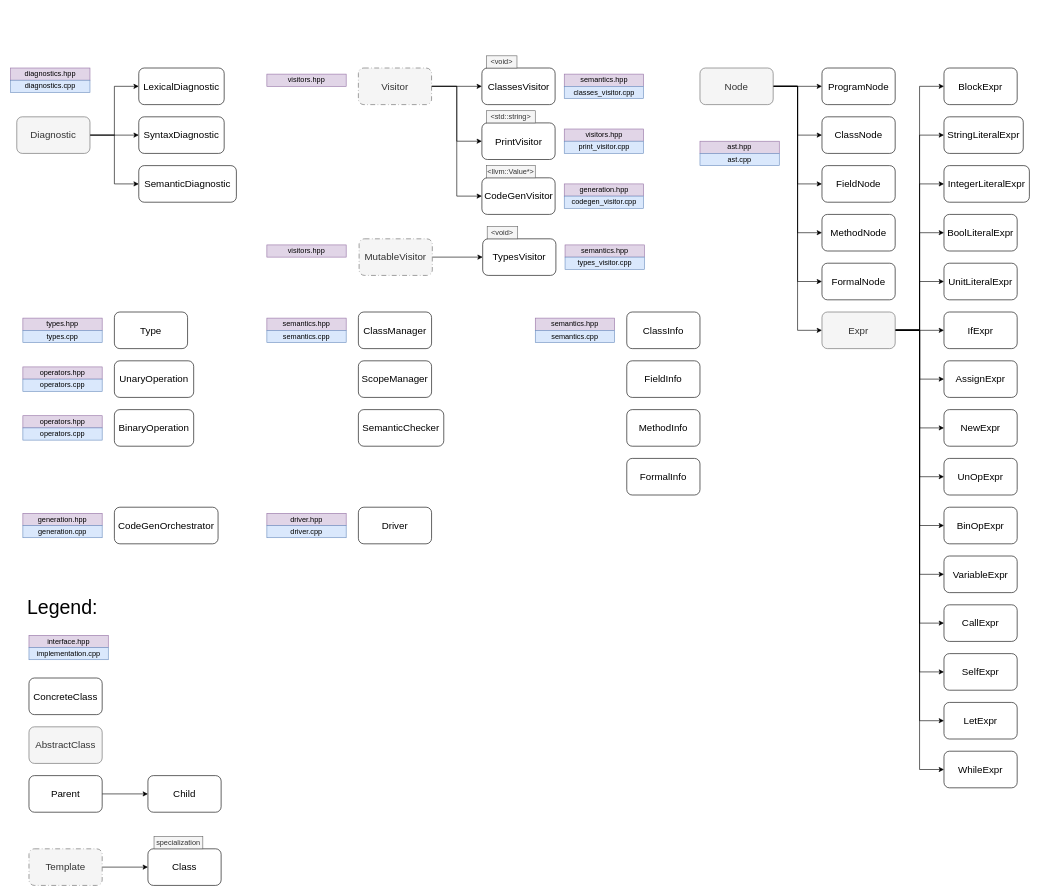
Before: doc/report/images/schematics/overview.drawio in valerian20024/khthon, a draw.io diagram. Source tidied: cells renumbered, new cells numbered last; positions are measured from the earlier drawing's top-left corner, leaving out a move shared by most shapes. Both pictures are drawn from the tidied source at 61%, with x=0, y=0 at pixel (10, 56).
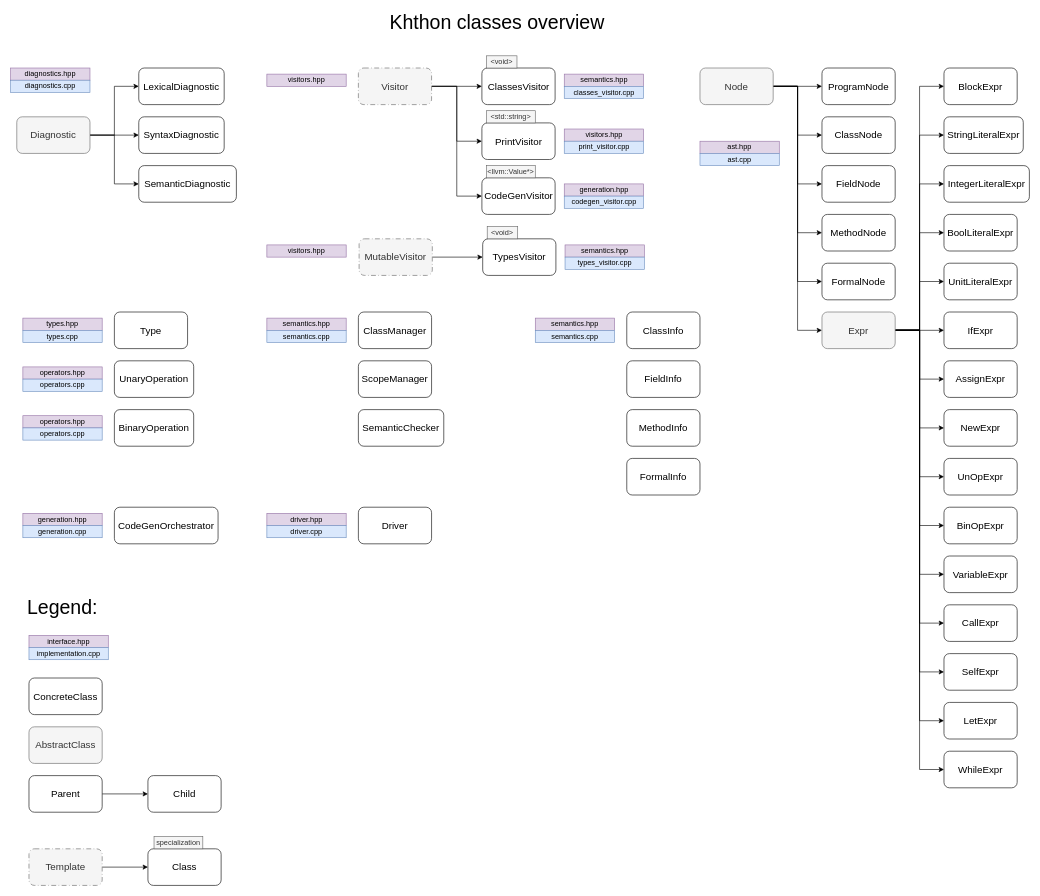
The same page after the edit.

What changed in the source:
```diff
@@
+    <mxCell id="134" value="Khthon classes overview" style="text;html=1;whiteSpace=wrap;strokeColor=none;fillColor=none;align=center;verticalAlign=middle;rounded=0;fontSize=32;" parent="1" vertex="1">
+      <mxGeometry x="450" y="-70" width="695" height="30" as="geometry" />
+    </mxCell>
```
